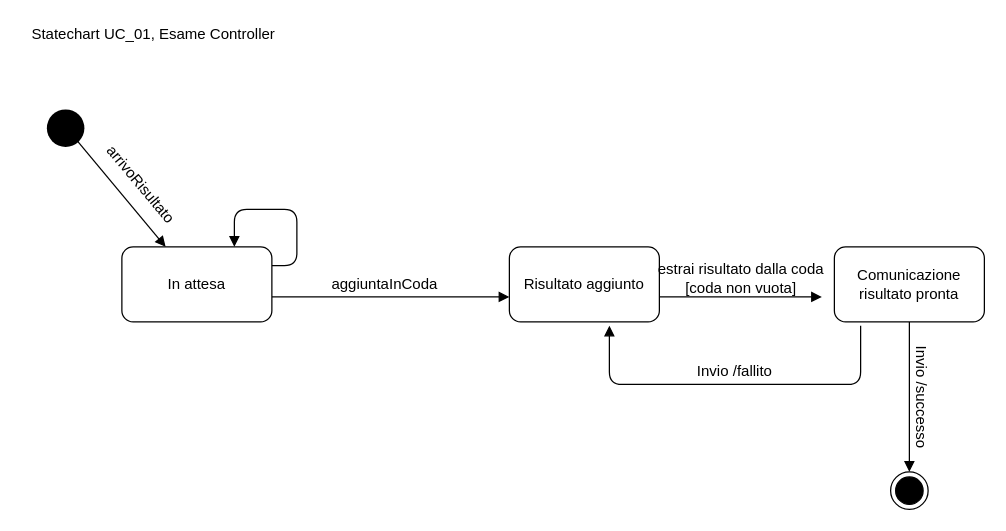
The draw.io diagram page "EsameController" (1 of 3) of Diagrammi/Statechart Diagram.drawio in lorycris99/Team-HILO, before the edit. Source tidied: cells renumbered, new cells numbered last; positions are measured from the earlier drawing's top-left corner, leaving out a move shared by most shapes. Both pictures are drawn from the tidied source at 125%, with x=0, y=0 at pixel (21, 21).
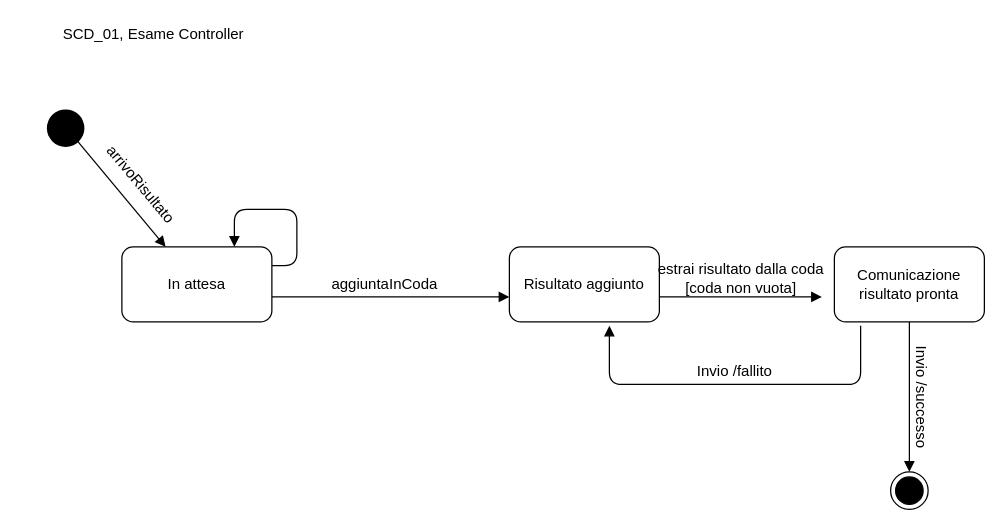
After the change.

Commit message:
Aggiunti 2 statechart

Diff of the diagram source:
```diff
@@
-    <mxCell id="2" value="Statechart UC_01, Esame Controller" style="text;html=1;align=center;verticalAlign=middle;" parent="1" vertex="1">
-      <mxGeometry width="210" height="20" as="geometry" />
+    <mxCell id="2" value="SCD_01, Esame Controller" style="text;html=1;align=center;verticalAlign=middle;" parent="1" vertex="1">
+      <mxGeometry x="25" width="160" height="20" as="geometry" />
     </mxCell>
```
